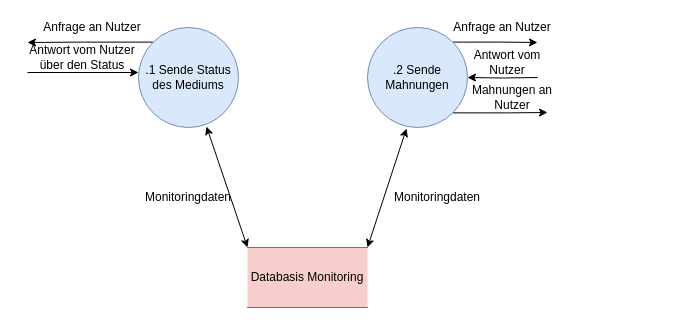
Earlier version of the draw.io diagram 2_Ontologies/Strukturierte Analyse/DFDs/Level2/DFD_2_Verwalte_Monitoring.drawio (mostermann96/SWT2). Source tidied: cells renumbered, new cells numbered last; positions are measured from the earlier drawing's top-left corner, leaving out a move shared by most shapes. Both pictures are drawn from the tidied source at 100%, with x=0, y=0 at pixel (17, 17).
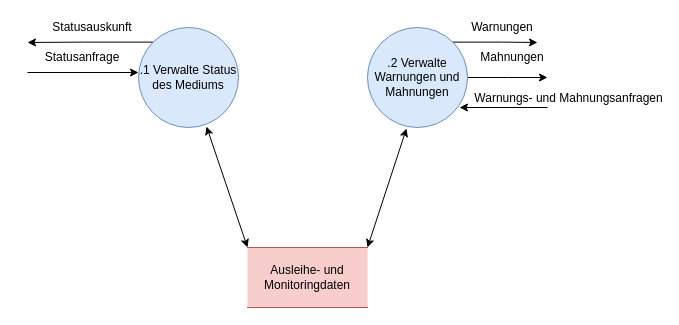
The same diagram, later.

Commit message (it also covers changes not shown here):
DWB Ausleihen und Monitoring, Anpassen der DFDs

What changed in the source:
```diff
@@
-    <mxCell id="4" value=".1 Sende Status des Mediums" style="ellipse;whiteSpace=wrap;html=1;fontSize=12;fillColor=#dae8fc;strokeColor=#6c8ebf;" parent="1" vertex="1">
+    <mxCell id="4" value=".1 Verwalte Status des Mediums" style="ellipse;whiteSpace=wrap;html=1;fontSize=12;fillColor=#dae8fc;strokeColor=#6c8ebf;" parent="1" vertex="1">
       <mxGeometry x="121" y="10" width="100" height="100" as="geometry" />
     </mxCell>
@@
-    <mxCell id="6" style="edgeStyle=orthogonalEdgeStyle;rounded=0;jettySize=auto;html=1;exitX=1;exitY=0.5;exitDx=0;exitDy=0;fontSize=12;entryX=1;entryY=0.5;entryDx=0;entryDy=0;" parent="1" edge="1" target="8">
-      <mxGeometry relative="1" as="geometry">
-        <mxPoint x="520" y="60" as="sourcePoint" />
-      </mxGeometry>
-    </mxCell>
-    <mxCell id="7" style="edgeStyle=orthogonalEdgeStyle;rounded=0;jettySize=auto;html=1;exitX=1;exitY=1;exitDx=0;exitDy=0;" parent="1" edge="1" source="8">
+    <mxCell id="7" style="edgeStyle=orthogonalEdgeStyle;rounded=0;jettySize=auto;html=1;exitX=1;exitY=0.5;exitDx=0;exitDy=0;" parent="1" edge="1" source="8">
       <mxGeometry relative="1" as="geometry">
-        <mxPoint x="530" y="95" as="targetPoint" />
+        <mxPoint x="530" y="60" as="targetPoint" />
       </mxGeometry>
     </mxCell>
-    <mxCell id="8" value="&lt;div&gt;.2 Sende Mahnungen&lt;/div&gt;" style="ellipse;whiteSpace=wrap;html=1;fontSize=12;fillColor=#dae8fc;strokeColor=#6c8ebf;" parent="1" vertex="1">
+    <mxCell id="8" value="&lt;div&gt;.2 Verwalte Warnungen und Mahnungen&lt;/div&gt;" style="ellipse;whiteSpace=wrap;html=1;fontSize=12;fillColor=#dae8fc;strokeColor=#6c8ebf;" parent="1" vertex="1">
       <mxGeometry x="350" y="10" width="100" height="100" as="geometry" />
     </mxCell>
-    <mxCell id="9" value="Anfrage an Nutzer" style="text;html=1;strokeColor=none;fillColor=none;align=center;verticalAlign=middle;whiteSpace=wrap;rounded=0;fontSize=12;" parent="1" vertex="1">
+    <mxCell id="9" value="Statusauskunft" style="text;html=1;strokeColor=none;fillColor=none;align=center;verticalAlign=middle;whiteSpace=wrap;rounded=0;fontSize=12;" parent="1" vertex="1">
       <mxGeometry x="20" width="110" height="20" as="geometry" />
     </mxCell>
-    <mxCell id="10" value="Anfrage an Nutzer" style="text;html=1;strokeColor=none;fillColor=none;align=center;verticalAlign=middle;whiteSpace=wrap;rounded=0;fontSize=12;" parent="1" vertex="1">
+    <mxCell id="10" value="Warnungen" style="text;html=1;strokeColor=none;fillColor=none;align=center;verticalAlign=middle;whiteSpace=wrap;rounded=0;fontSize=12;" parent="1" vertex="1">
       <mxGeometry x="430" width="110" height="20" as="geometry" />
     </mxCell>
-    <mxCell id="11" value="Antwort vom Nutzer" style="text;html=1;strokeColor=none;fillColor=none;align=center;verticalAlign=middle;whiteSpace=wrap;rounded=0;fontSize=12;" parent="1" vertex="1">
-      <mxGeometry x="450" y="35" width="80" height="20" as="geometry" />
-    </mxCell>
-    <mxCell id="12" value="Databasis Monitoring" style="shape=partialRectangle;whiteSpace=wrap;html=1;left=0;right=0;fillColor=#f8cecc;fontSize=12;strokeColor=#b85450;" parent="1" vertex="1">
+    <mxCell id="12" value="Ausleihe- und Monitoringdaten" style="shape=partialRectangle;whiteSpace=wrap;html=1;left=0;right=0;fillColor=#f8cecc;fontSize=12;strokeColor=#b85450;" parent="1" vertex="1">
       <mxGeometry x="230" y="230" width="120" height="60" as="geometry" />
     </mxCell>
@@
-    <mxCell id="15" value="Mahnungen an Nutzer" style="text;html=1;strokeColor=none;fillColor=none;align=center;verticalAlign=middle;whiteSpace=wrap;rounded=0;" parent="1" vertex="1">
-      <mxGeometry x="440" y="70" width="110" height="20" as="geometry" />
+    <mxCell id="15" value="Mahnungen" style="text;html=1;strokeColor=none;fillColor=none;align=center;verticalAlign=middle;whiteSpace=wrap;rounded=0;" parent="1" vertex="1">
+      <mxGeometry x="440" y="30" width="110" height="20" as="geometry" />
     </mxCell>
-    <mxCell id="16" value="Monitoringdaten" style="text;html=1;strokeColor=none;fillColor=none;align=center;verticalAlign=middle;whiteSpace=wrap;rounded=0;" parent="1" vertex="1">
-      <mxGeometry x="151" y="170" width="40" height="20" as="geometry" />
-    </mxCell>
-    <mxCell id="17" value="Monitoringdaten" style="text;html=1;strokeColor=none;fillColor=none;align=center;verticalAlign=middle;whiteSpace=wrap;rounded=0;" parent="1" vertex="1">
-      <mxGeometry x="400" y="170" width="40" height="20" as="geometry" />
-    </mxCell>
-    <mxCell id="18" value="Antwort vom Nutzer über den Status" style="text;html=1;strokeColor=none;fillColor=none;align=center;verticalAlign=middle;whiteSpace=wrap;rounded=0;" parent="1" vertex="1">
+    <mxCell id="18" value="Statusanfrage" style="text;html=1;strokeColor=none;fillColor=none;align=center;verticalAlign=middle;whiteSpace=wrap;rounded=0;" parent="1" vertex="1">
       <mxGeometry y="30" width="130" height="20" as="geometry" />
     </mxCell>
+    <mxCell id="19" style="endArrow=classic;html=1;entryX=0.92;entryY=0.8;entryDx=0;entryDy=0;entryPerimeter=0;" parent="1" edge="1" target="8">
+      <mxGeometry relative="1" as="geometry">
+        <mxPoint x="530" y="90" as="sourcePoint" />
+      </mxGeometry>
+    </mxCell>
+    <mxCell id="20" value="Warnungs- und Mahnungsanfragen" style="text;html=1;align=center;verticalAlign=middle;labelBackgroundColor=#ffffff;" parent="19" vertex="1">
+      <mxGeometry x="-0.36" y="2" relative="1" as="geometry">
+        <mxPoint x="48" y="-12" as="offset" />
+      </mxGeometry>
+    </mxCell>
```
